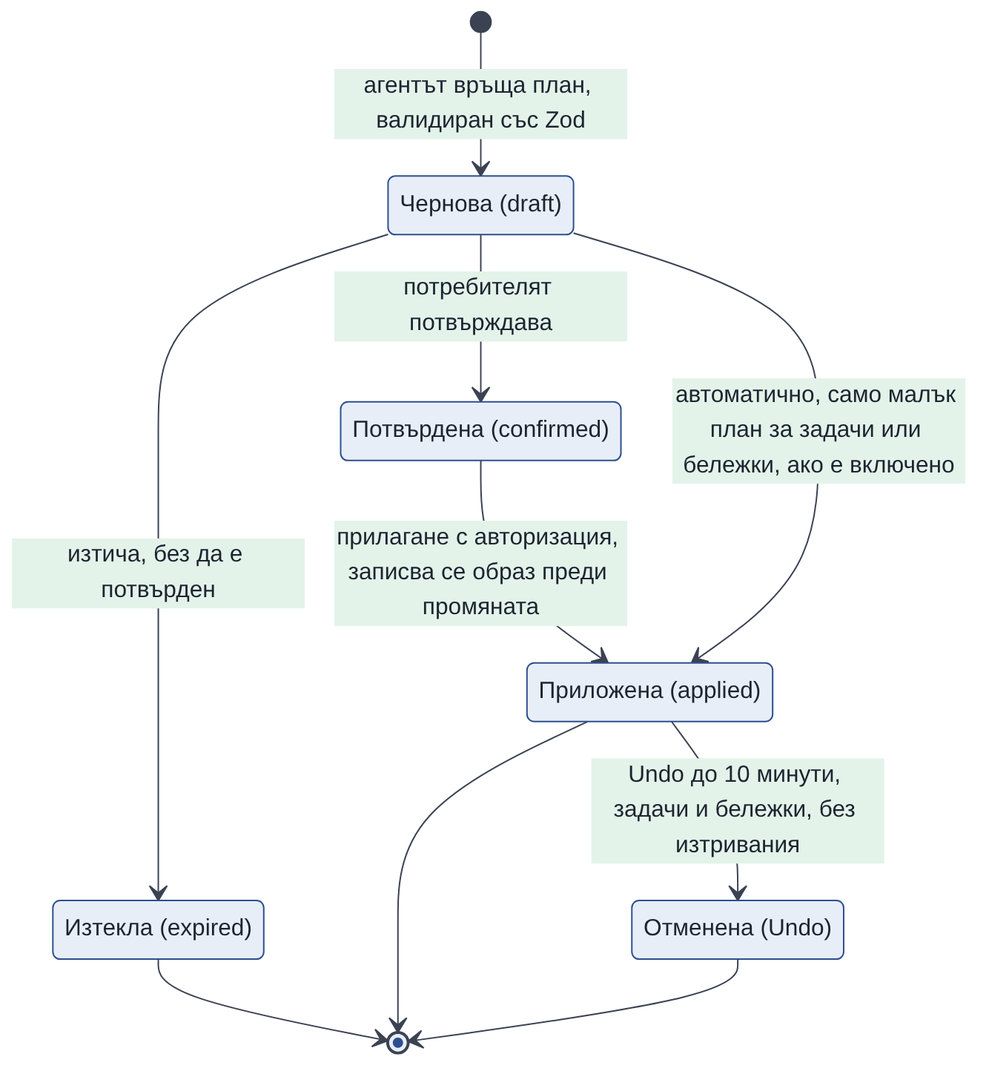
Above: docs/diploma/diagrams/out/08-plan-lifecycle.png in tuncheva/KAIROS (Mermaid), before the change. Its source is kept beside it as docs/diploma/diagrams/src/08-plan-lifecycle.mmd. Its diagram source:
```mermaid
stateDiagram-v2
  direction TB
  [*] --> draft: агентът връща план, валидиран със Zod
  draft --> confirmed: потребителят потвърждава
  draft --> expired: изтича, без да е потвърден
  confirmed --> applied: прилагане с авторизация, записва се образ преди промяната
  draft --> applied: автоматично, само малък план за задачи или бележки, ако е включено
  applied --> undone: Undo до 10 минути, задачи и бележки, без изтривания
  expired --> [*]
  applied --> [*]
  undone --> [*]
  state "Чернова (draft)" as draft
  state "Потвърдена (confirmed)" as confirmed
  state "Изтекла (expired)" as expired
  state "Приложена (applied)" as applied
  state "Отменена (Undo)" as undone
```
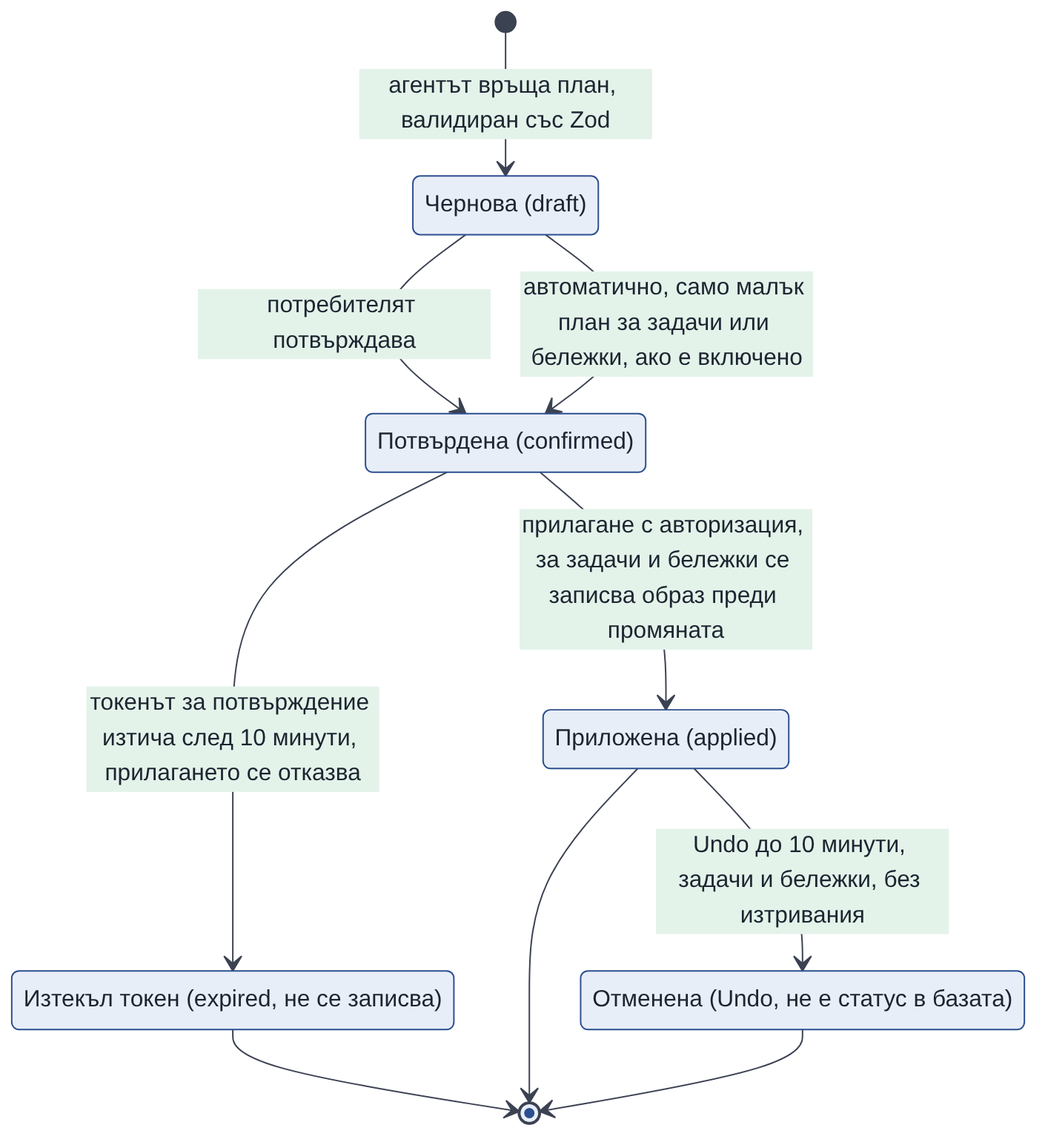
The same diagram one commit later.

The edit, as a diff of the source:
```diff
@@ -2,15 +2,15 @@
   direction TB
   [*] --> draft: агентът връща план, валидиран със Zod
   draft --> confirmed: потребителят потвърждава
-  draft --> expired: изтича, без да е потвърден
-  confirmed --> applied: прилагане с авторизация, записва се образ преди промяната
-  draft --> applied: автоматично, само малък план за задачи или бележки, ако е включено
+  confirmed --> expired: токенът за потвърждение изтича след 10 минути, прилагането се отказва
+  confirmed --> applied: прилагане с авторизация, за задачи и бележки се записва образ преди промяната
+  draft --> confirmed: автоматично, само малък план за задачи или бележки, ако е включено
   applied --> undone: Undo до 10 минути, задачи и бележки, без изтривания
   expired --> [*]
   applied --> [*]
   undone --> [*]
   state "Чернова (draft)" as draft
   state "Потвърдена (confirmed)" as confirmed
-  state "Изтекла (expired)" as expired
+  state "Изтекъл токен (expired, не се записва)" as expired
   state "Приложена (applied)" as applied
-  state "Отменена (Undo)" as undone
+  state "Отменена (Undo, не е статус в базата)" as undone
```
